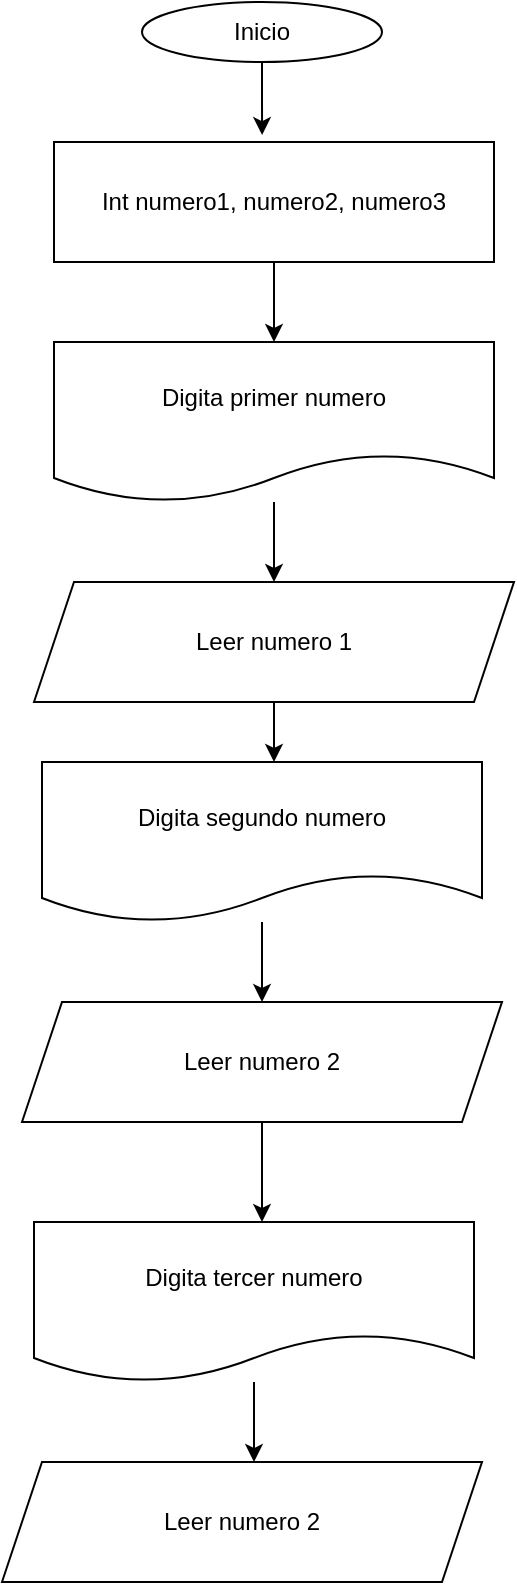
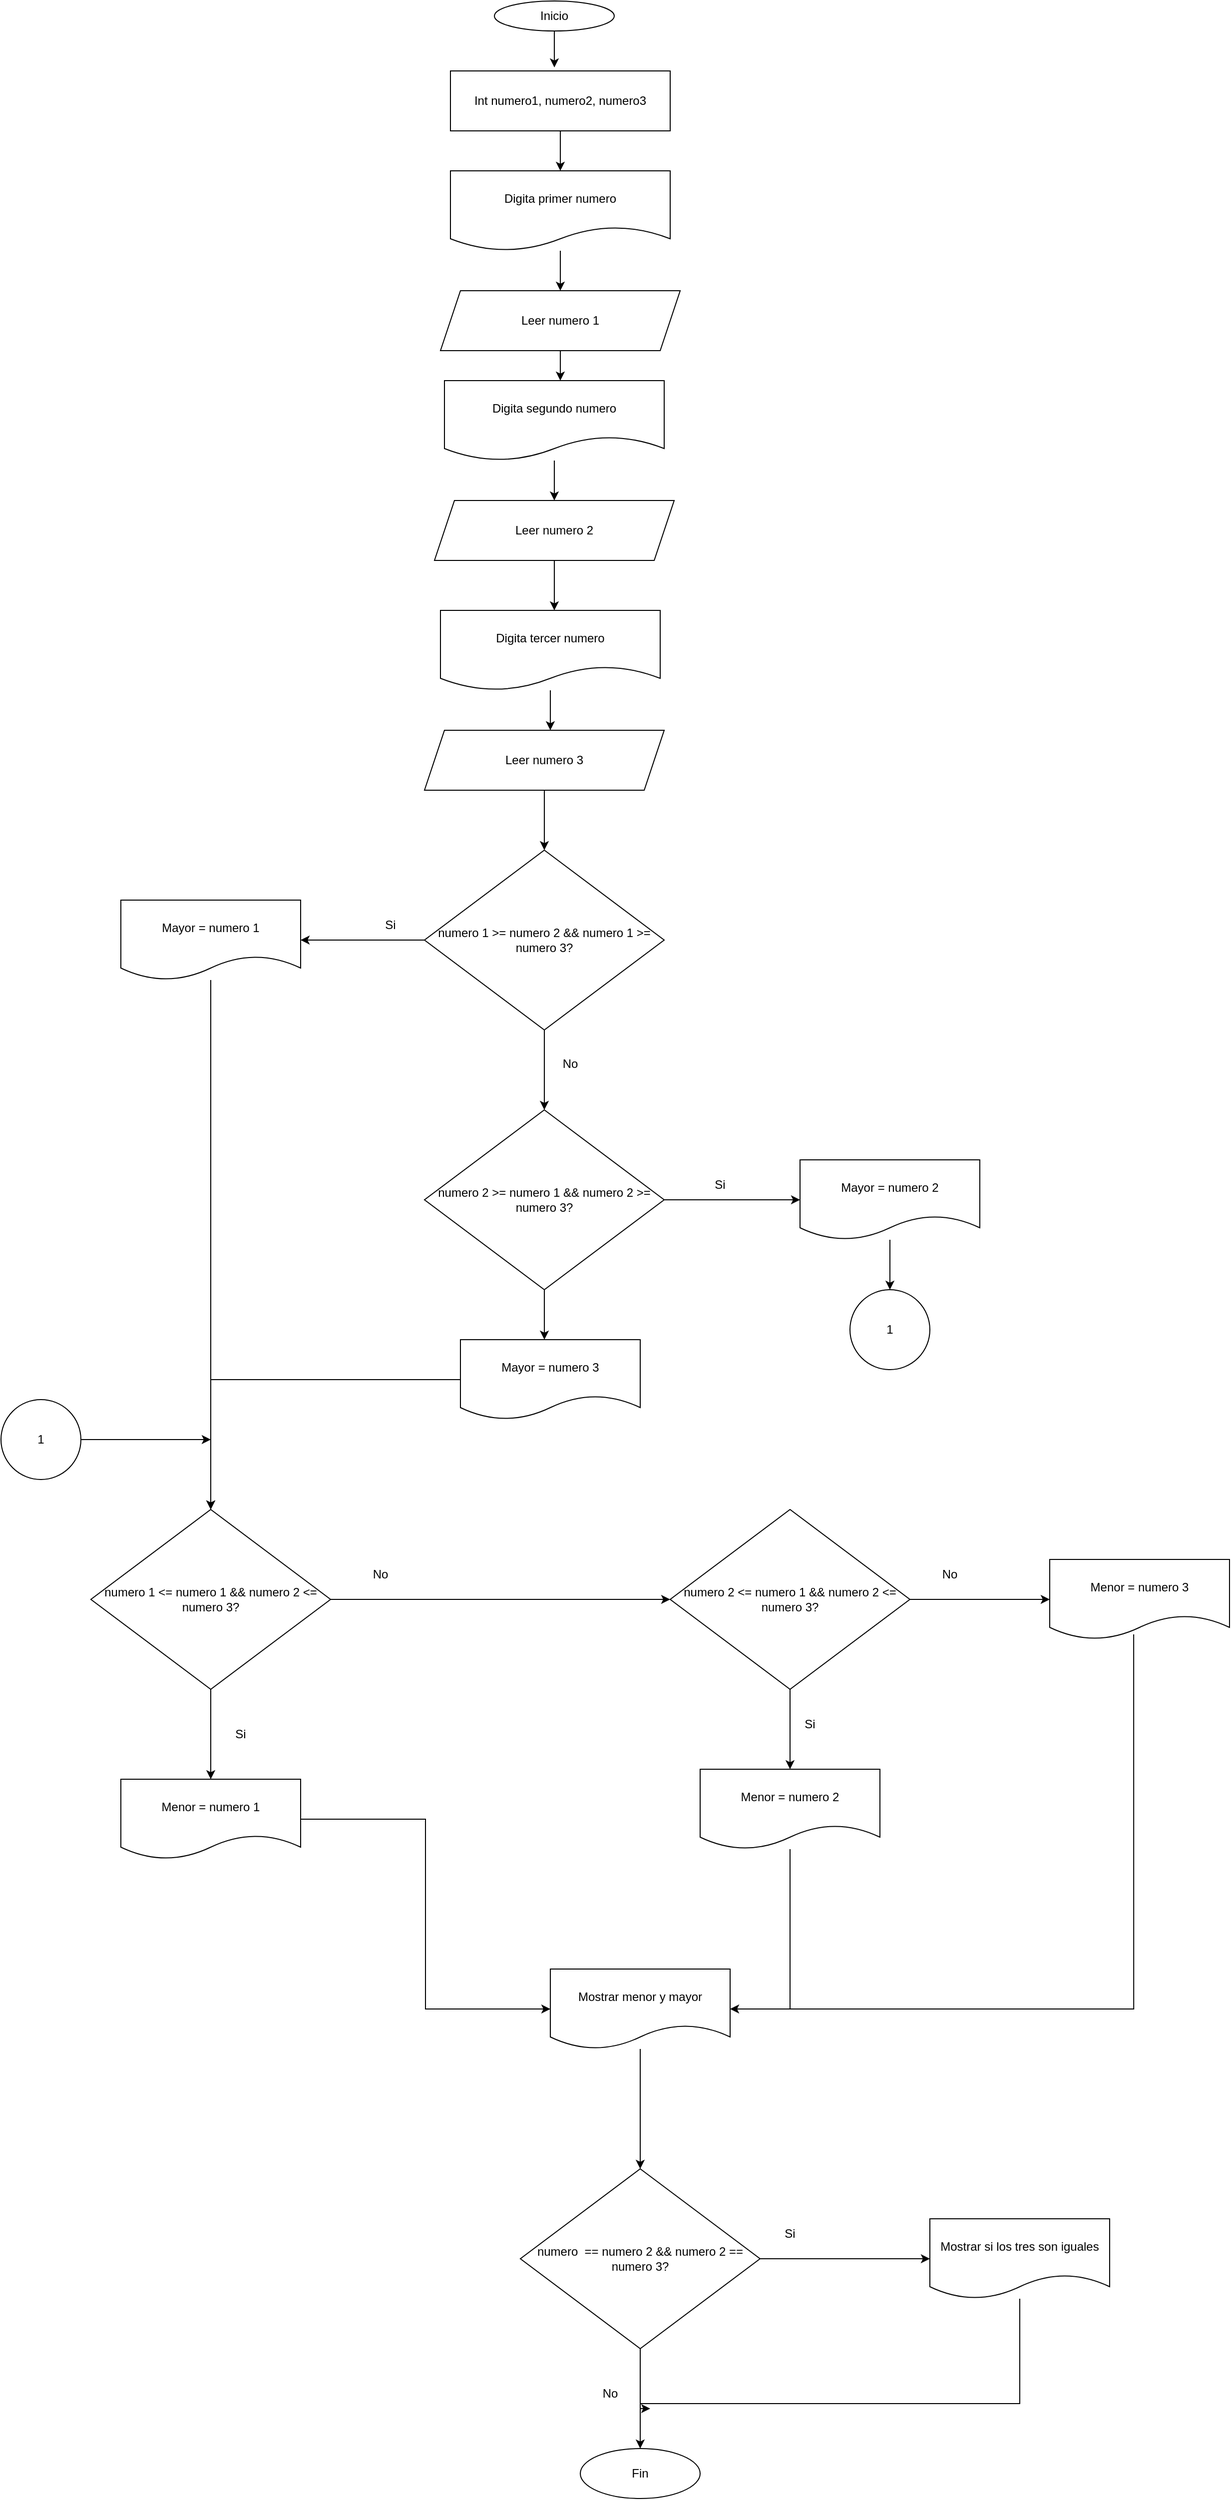
<mxfile host="app.diagrams.net">
  <diagram name="Página-1" id="me-NIgjdbT9li_4ZRfyp">
-     <mxGraphModel dx="1174" dy="684" grid="1" gridSize="10" guides="1" tooltips="1" connect="1" arrows="1" fold="1" page="1" pageScale="1" pageWidth="827" pageHeight="1169" math="0" shadow="0">
+     <mxGraphModel dx="2001" dy="684" grid="1" gridSize="10" guides="1" tooltips="1" connect="1" arrows="1" fold="1" page="1" pageScale="1" pageWidth="827" pageHeight="1169" math="0" shadow="0">
      <root>
        <mxCell id="0" />
        <mxCell id="1" parent="0" />
        <mxCell id="to2dw7DZSK201Xa8oCmh-1" parent="1" style="ellipse;whiteSpace=wrap;html=1;" value="Inicio" vertex="1">
          <mxGeometry height="30" width="120" x="354" y="120" as="geometry" />
        </mxCell>
        <mxCell id="to2dw7DZSK201Xa8oCmh-6" edge="1" parent="1" source="to2dw7DZSK201Xa8oCmh-2" style="edgeStyle=orthogonalEdgeStyle;rounded=0;orthogonalLoop=1;jettySize=auto;html=1;">
          <mxGeometry relative="1" as="geometry">
            <mxPoint x="420" y="290" as="targetPoint" />
          </mxGeometry>
        </mxCell>
        <mxCell id="to2dw7DZSK201Xa8oCmh-2" parent="1" style="rounded=0;whiteSpace=wrap;html=1;" value="Int numero1, numero2, numero3" vertex="1">
          <mxGeometry height="60" width="220" x="310" y="190" as="geometry" />
        </mxCell>
        <mxCell id="to2dw7DZSK201Xa8oCmh-3" edge="1" parent="1" source="to2dw7DZSK201Xa8oCmh-1" style="edgeStyle=orthogonalEdgeStyle;rounded=0;orthogonalLoop=1;jettySize=auto;html=1;entryX=0.473;entryY=-0.058;entryDx=0;entryDy=0;entryPerimeter=0;" target="to2dw7DZSK201Xa8oCmh-2">
          <mxGeometry relative="1" as="geometry" />
        </mxCell>
        <mxCell id="to2dw7DZSK201Xa8oCmh-15" edge="1" parent="1" source="to2dw7DZSK201Xa8oCmh-5" style="edgeStyle=orthogonalEdgeStyle;rounded=0;orthogonalLoop=1;jettySize=auto;html=1;entryX=0.5;entryY=0;entryDx=0;entryDy=0;" target="to2dw7DZSK201Xa8oCmh-7">
          <mxGeometry relative="1" as="geometry" />
        </mxCell>
        <mxCell id="to2dw7DZSK201Xa8oCmh-5" parent="1" style="shape=document;whiteSpace=wrap;html=1;boundedLbl=1;" value="Digita primer numero" vertex="1">
          <mxGeometry height="80" width="220" x="310" y="290" as="geometry" />
        </mxCell>
        <mxCell id="to2dw7DZSK201Xa8oCmh-17" edge="1" parent="1" source="to2dw7DZSK201Xa8oCmh-7" style="edgeStyle=orthogonalEdgeStyle;rounded=0;orthogonalLoop=1;jettySize=auto;html=1;">
          <mxGeometry relative="1" as="geometry">
            <mxPoint x="420" y="500" as="targetPoint" />
          </mxGeometry>
        </mxCell>
        <mxCell id="to2dw7DZSK201Xa8oCmh-7" parent="1" style="shape=parallelogram;perimeter=parallelogramPerimeter;whiteSpace=wrap;html=1;fixedSize=1;" value="Leer numero 1" vertex="1">
          <mxGeometry height="60" width="240" x="300" y="410" as="geometry" />
        </mxCell>
        <mxCell id="to2dw7DZSK201Xa8oCmh-19" edge="1" parent="1" source="to2dw7DZSK201Xa8oCmh-16" style="edgeStyle=orthogonalEdgeStyle;rounded=0;orthogonalLoop=1;jettySize=auto;html=1;entryX=0.5;entryY=0;entryDx=0;entryDy=0;" target="to2dw7DZSK201Xa8oCmh-18">
          <mxGeometry relative="1" as="geometry" />
        </mxCell>
        <mxCell id="to2dw7DZSK201Xa8oCmh-16" parent="1" style="shape=document;whiteSpace=wrap;html=1;boundedLbl=1;" value="Digita segundo numero" vertex="1">
          <mxGeometry height="80" width="220" x="304" y="500" as="geometry" />
        </mxCell>
        <mxCell id="to2dw7DZSK201Xa8oCmh-21" edge="1" parent="1" source="to2dw7DZSK201Xa8oCmh-18" style="edgeStyle=orthogonalEdgeStyle;rounded=0;orthogonalLoop=1;jettySize=auto;html=1;">
          <mxGeometry relative="1" as="geometry">
            <mxPoint x="414" y="730" as="targetPoint" />
          </mxGeometry>
        </mxCell>
        <mxCell id="to2dw7DZSK201Xa8oCmh-18" parent="1" style="shape=parallelogram;perimeter=parallelogramPerimeter;whiteSpace=wrap;html=1;fixedSize=1;" value="Leer numero 2" vertex="1">
          <mxGeometry height="60" width="240" x="294" y="620" as="geometry" />
        </mxCell>
        <mxCell id="to2dw7DZSK201Xa8oCmh-23" edge="1" parent="1" source="to2dw7DZSK201Xa8oCmh-20" style="edgeStyle=orthogonalEdgeStyle;rounded=0;orthogonalLoop=1;jettySize=auto;html=1;">
          <mxGeometry relative="1" as="geometry">
            <mxPoint x="410" y="850" as="targetPoint" />
          </mxGeometry>
        </mxCell>
        <mxCell id="to2dw7DZSK201Xa8oCmh-20" parent="1" style="shape=document;whiteSpace=wrap;html=1;boundedLbl=1;" value="Digita tercer numero" vertex="1">
          <mxGeometry height="80" width="220" x="300" y="730" as="geometry" />
        </mxCell>
-         <mxCell id="to2dw7DZSK201Xa8oCmh-22" parent="1" style="shape=parallelogram;perimeter=parallelogramPerimeter;whiteSpace=wrap;html=1;fixedSize=1;" value="Leer numero 2" vertex="1">
+         <mxCell id="to2dw7DZSK201Xa8oCmh-25" edge="1" parent="1" source="to2dw7DZSK201Xa8oCmh-22" style="edgeStyle=orthogonalEdgeStyle;rounded=0;orthogonalLoop=1;jettySize=auto;html=1;entryX=0.5;entryY=0;entryDx=0;entryDy=0;" target="to2dw7DZSK201Xa8oCmh-24">
+           <mxGeometry relative="1" as="geometry" />
+         </mxCell>
+         <mxCell id="to2dw7DZSK201Xa8oCmh-22" parent="1" style="shape=parallelogram;perimeter=parallelogramPerimeter;whiteSpace=wrap;html=1;fixedSize=1;" value="Leer numero 3" vertex="1">
          <mxGeometry height="60" width="240" x="284" y="850" as="geometry" />
+         </mxCell>
+         <mxCell id="to2dw7DZSK201Xa8oCmh-27" edge="1" parent="1" source="to2dw7DZSK201Xa8oCmh-24" style="edgeStyle=orthogonalEdgeStyle;rounded=0;orthogonalLoop=1;jettySize=auto;html=1;entryX=1;entryY=0.5;entryDx=0;entryDy=0;" target="to2dw7DZSK201Xa8oCmh-26">
+           <mxGeometry relative="1" as="geometry" />
+         </mxCell>
+         <mxCell id="to2dw7DZSK201Xa8oCmh-30" edge="1" parent="1" source="to2dw7DZSK201Xa8oCmh-24" style="edgeStyle=orthogonalEdgeStyle;rounded=0;orthogonalLoop=1;jettySize=auto;html=1;entryX=0.5;entryY=0;entryDx=0;entryDy=0;" target="to2dw7DZSK201Xa8oCmh-29">
+           <mxGeometry relative="1" as="geometry" />
+         </mxCell>
+         <mxCell id="to2dw7DZSK201Xa8oCmh-24" parent="1" style="rhombus;whiteSpace=wrap;html=1;" value="numero 1 &amp;gt;= numero 2 &amp;amp;&amp;amp; numero 1 &amp;gt;= numero 3?" vertex="1">
+           <mxGeometry height="180" width="240" x="284" y="970" as="geometry" />
+         </mxCell>
+         <mxCell id="to2dw7DZSK201Xa8oCmh-40" edge="1" parent="1" source="to2dw7DZSK201Xa8oCmh-26" style="edgeStyle=orthogonalEdgeStyle;rounded=0;orthogonalLoop=1;jettySize=auto;html=1;">
+           <mxGeometry relative="1" as="geometry">
+             <mxPoint x="70" y="1630" as="targetPoint" />
+           </mxGeometry>
+         </mxCell>
+         <mxCell id="to2dw7DZSK201Xa8oCmh-26" parent="1" style="shape=document;whiteSpace=wrap;html=1;boundedLbl=1;" value="Mayor = numero 1" vertex="1">
+           <mxGeometry height="80" width="180" x="-20" y="1020" as="geometry" />
+         </mxCell>
+         <mxCell id="to2dw7DZSK201Xa8oCmh-28" parent="1" style="text;html=1;whiteSpace=wrap;strokeColor=none;fillColor=none;align=center;verticalAlign=middle;rounded=0;" value="Si" vertex="1">
+           <mxGeometry height="30" width="60" x="220" y="1030" as="geometry" />
+         </mxCell>
+         <mxCell id="to2dw7DZSK201Xa8oCmh-35" edge="1" parent="1" source="to2dw7DZSK201Xa8oCmh-29" style="edgeStyle=orthogonalEdgeStyle;rounded=0;orthogonalLoop=1;jettySize=auto;html=1;" target="to2dw7DZSK201Xa8oCmh-33">
+           <mxGeometry relative="1" as="geometry" />
+         </mxCell>
+         <mxCell id="to2dw7DZSK201Xa8oCmh-29" parent="1" style="rhombus;whiteSpace=wrap;html=1;" value="numero 2 &amp;gt;= numero 1 &amp;amp;&amp;amp; numero 2 &amp;gt;= numero 3?" vertex="1">
+           <mxGeometry height="180" width="240" x="284" y="1230" as="geometry" />
+         </mxCell>
+         <mxCell id="to2dw7DZSK201Xa8oCmh-31" parent="1" style="text;html=1;whiteSpace=wrap;strokeColor=none;fillColor=none;align=center;verticalAlign=middle;rounded=0;" value="No" vertex="1">
+           <mxGeometry height="30" width="60" x="400" y="1169" as="geometry" />
+         </mxCell>
+         <mxCell id="to2dw7DZSK201Xa8oCmh-45" edge="1" parent="1" source="to2dw7DZSK201Xa8oCmh-33" style="edgeStyle=orthogonalEdgeStyle;rounded=0;orthogonalLoop=1;jettySize=auto;html=1;entryX=0.5;entryY=0;entryDx=0;entryDy=0;" target="to2dw7DZSK201Xa8oCmh-44">
+           <mxGeometry relative="1" as="geometry" />
+         </mxCell>
+         <mxCell id="to2dw7DZSK201Xa8oCmh-33" parent="1" style="shape=document;whiteSpace=wrap;html=1;boundedLbl=1;" value="Mayor = numero 2" vertex="1">
+           <mxGeometry height="80" width="180" x="660" y="1280" as="geometry" />
+         </mxCell>
+         <mxCell id="to2dw7DZSK201Xa8oCmh-36" parent="1" style="text;html=1;whiteSpace=wrap;strokeColor=none;fillColor=none;align=center;verticalAlign=middle;rounded=0;" value="Si" vertex="1">
+           <mxGeometry height="30" width="60" x="550" y="1290" as="geometry" />
+         </mxCell>
+         <mxCell id="to2dw7DZSK201Xa8oCmh-41" edge="1" parent="1" source="to2dw7DZSK201Xa8oCmh-37" style="edgeStyle=orthogonalEdgeStyle;rounded=0;orthogonalLoop=1;jettySize=auto;html=1;entryX=0.5;entryY=0;entryDx=0;entryDy=0;" target="to2dw7DZSK201Xa8oCmh-39">
+           <mxGeometry relative="1" as="geometry" />
+         </mxCell>
+         <mxCell id="to2dw7DZSK201Xa8oCmh-37" parent="1" style="shape=document;whiteSpace=wrap;html=1;boundedLbl=1;" value="Mayor = numero 3" vertex="1">
+           <mxGeometry height="80" width="180" x="320" y="1460" as="geometry" />
+         </mxCell>
+         <mxCell id="to2dw7DZSK201Xa8oCmh-38" edge="1" parent="1" source="to2dw7DZSK201Xa8oCmh-29" style="edgeStyle=orthogonalEdgeStyle;rounded=0;orthogonalLoop=1;jettySize=auto;html=1;entryX=0.467;entryY=0;entryDx=0;entryDy=0;entryPerimeter=0;" target="to2dw7DZSK201Xa8oCmh-37">
+           <mxGeometry relative="1" as="geometry" />
+         </mxCell>
+         <mxCell id="to2dw7DZSK201Xa8oCmh-49" edge="1" parent="1" source="to2dw7DZSK201Xa8oCmh-39" style="edgeStyle=orthogonalEdgeStyle;rounded=0;orthogonalLoop=1;jettySize=auto;html=1;entryX=0.5;entryY=0;entryDx=0;entryDy=0;" target="to2dw7DZSK201Xa8oCmh-48">
+           <mxGeometry relative="1" as="geometry" />
+         </mxCell>
+         <mxCell id="to2dw7DZSK201Xa8oCmh-52" edge="1" parent="1" source="to2dw7DZSK201Xa8oCmh-39" style="edgeStyle=orthogonalEdgeStyle;rounded=0;orthogonalLoop=1;jettySize=auto;html=1;entryX=0;entryY=0.5;entryDx=0;entryDy=0;" target="to2dw7DZSK201Xa8oCmh-51">
+           <mxGeometry relative="1" as="geometry" />
+         </mxCell>
+         <mxCell id="to2dw7DZSK201Xa8oCmh-39" parent="1" style="rhombus;whiteSpace=wrap;html=1;" value="numero 1 &amp;lt;= numero 1 &amp;amp;&amp;amp; numero 2 &amp;lt;= numero 3?" vertex="1">
+           <mxGeometry height="180" width="240" x="-50" y="1630" as="geometry" />
+         </mxCell>
+         <mxCell id="to2dw7DZSK201Xa8oCmh-44" parent="1" style="ellipse;whiteSpace=wrap;html=1;aspect=fixed;" value="1" vertex="1">
+           <mxGeometry height="80" width="80" x="710" y="1410" as="geometry" />
+         </mxCell>
+         <mxCell id="to2dw7DZSK201Xa8oCmh-47" edge="1" parent="1" source="to2dw7DZSK201Xa8oCmh-46" style="edgeStyle=orthogonalEdgeStyle;rounded=0;orthogonalLoop=1;jettySize=auto;html=1;">
+           <mxGeometry relative="1" as="geometry">
+             <mxPoint x="70" y="1560" as="targetPoint" />
+           </mxGeometry>
+         </mxCell>
+         <mxCell id="to2dw7DZSK201Xa8oCmh-46" parent="1" style="ellipse;whiteSpace=wrap;html=1;aspect=fixed;" value="1" vertex="1">
+           <mxGeometry height="80" width="80" x="-140" y="1520" as="geometry" />
+         </mxCell>
+         <mxCell id="to2dw7DZSK201Xa8oCmh-61" edge="1" parent="1" source="to2dw7DZSK201Xa8oCmh-48" style="edgeStyle=orthogonalEdgeStyle;rounded=0;orthogonalLoop=1;jettySize=auto;html=1;entryX=0;entryY=0.5;entryDx=0;entryDy=0;" target="to2dw7DZSK201Xa8oCmh-60">
+           <mxGeometry relative="1" as="geometry" />
+         </mxCell>
+         <mxCell id="to2dw7DZSK201Xa8oCmh-48" parent="1" style="shape=document;whiteSpace=wrap;html=1;boundedLbl=1;" value="Menor = numero 1" vertex="1">
+           <mxGeometry height="80" width="180" x="-20" y="1900" as="geometry" />
+         </mxCell>
+         <mxCell id="to2dw7DZSK201Xa8oCmh-50" parent="1" style="text;html=1;whiteSpace=wrap;strokeColor=none;fillColor=none;align=center;verticalAlign=middle;rounded=0;" value="Si" vertex="1">
+           <mxGeometry height="30" width="60" x="70" y="1840" as="geometry" />
+         </mxCell>
+         <mxCell id="to2dw7DZSK201Xa8oCmh-55" edge="1" parent="1" source="to2dw7DZSK201Xa8oCmh-51" style="edgeStyle=orthogonalEdgeStyle;rounded=0;orthogonalLoop=1;jettySize=auto;html=1;entryX=0.5;entryY=0;entryDx=0;entryDy=0;" target="to2dw7DZSK201Xa8oCmh-54">
+           <mxGeometry relative="1" as="geometry" />
+         </mxCell>
+         <mxCell id="to2dw7DZSK201Xa8oCmh-58" edge="1" parent="1" source="to2dw7DZSK201Xa8oCmh-51" style="edgeStyle=orthogonalEdgeStyle;rounded=0;orthogonalLoop=1;jettySize=auto;html=1;entryX=0;entryY=0.5;entryDx=0;entryDy=0;" target="to2dw7DZSK201Xa8oCmh-57">
+           <mxGeometry relative="1" as="geometry" />
+         </mxCell>
+         <mxCell id="to2dw7DZSK201Xa8oCmh-51" parent="1" style="rhombus;whiteSpace=wrap;html=1;" value="numero 2 &amp;lt;= numero 1 &amp;amp;&amp;amp; numero 2 &amp;lt;= numero 3?" vertex="1">
+           <mxGeometry height="180" width="240" x="530" y="1630" as="geometry" />
+         </mxCell>
+         <mxCell id="to2dw7DZSK201Xa8oCmh-53" parent="1" style="text;html=1;whiteSpace=wrap;strokeColor=none;fillColor=none;align=center;verticalAlign=middle;rounded=0;" value="No" vertex="1">
+           <mxGeometry height="30" width="60" x="210" y="1680" as="geometry" />
+         </mxCell>
+         <mxCell id="to2dw7DZSK201Xa8oCmh-63" edge="1" parent="1" source="to2dw7DZSK201Xa8oCmh-54" style="edgeStyle=orthogonalEdgeStyle;rounded=0;orthogonalLoop=1;jettySize=auto;html=1;endArrow=none;endFill=0;">
+           <mxGeometry relative="1" as="geometry">
+             <mxPoint x="650" y="2130" as="targetPoint" />
+           </mxGeometry>
+         </mxCell>
+         <mxCell id="to2dw7DZSK201Xa8oCmh-54" parent="1" style="shape=document;whiteSpace=wrap;html=1;boundedLbl=1;" value="Menor = numero 2" vertex="1">
+           <mxGeometry height="80" width="180" x="560" y="1890" as="geometry" />
+         </mxCell>
+         <mxCell id="to2dw7DZSK201Xa8oCmh-56" parent="1" style="text;html=1;whiteSpace=wrap;strokeColor=none;fillColor=none;align=center;verticalAlign=middle;rounded=0;" value="Si" vertex="1">
+           <mxGeometry height="30" width="60" x="640" y="1830" as="geometry" />
+         </mxCell>
+         <mxCell id="to2dw7DZSK201Xa8oCmh-62" edge="1" parent="1" source="to2dw7DZSK201Xa8oCmh-57" style="edgeStyle=orthogonalEdgeStyle;rounded=0;orthogonalLoop=1;jettySize=auto;html=1;entryX=1;entryY=0.5;entryDx=0;entryDy=0;exitX=0.467;exitY=0.938;exitDx=0;exitDy=0;exitPerimeter=0;" target="to2dw7DZSK201Xa8oCmh-60">
+           <mxGeometry relative="1" as="geometry">
+             <Array as="points">
+               <mxPoint x="994" y="2130" />
+             </Array>
+           </mxGeometry>
+         </mxCell>
+         <mxCell id="to2dw7DZSK201Xa8oCmh-57" parent="1" style="shape=document;whiteSpace=wrap;html=1;boundedLbl=1;" value="Menor = numero 3" vertex="1">
+           <mxGeometry height="80" width="180" x="910" y="1680" as="geometry" />
+         </mxCell>
+         <mxCell id="to2dw7DZSK201Xa8oCmh-59" parent="1" style="text;html=1;whiteSpace=wrap;strokeColor=none;fillColor=none;align=center;verticalAlign=middle;rounded=0;" value="No" vertex="1">
+           <mxGeometry height="30" width="60" x="780" y="1680" as="geometry" />
+         </mxCell>
+         <mxCell id="to2dw7DZSK201Xa8oCmh-65" edge="1" parent="1" source="to2dw7DZSK201Xa8oCmh-60" style="edgeStyle=orthogonalEdgeStyle;rounded=0;orthogonalLoop=1;jettySize=auto;html=1;entryX=0.5;entryY=0;entryDx=0;entryDy=0;" target="to2dw7DZSK201Xa8oCmh-64">
+           <mxGeometry relative="1" as="geometry" />
+         </mxCell>
+         <mxCell id="to2dw7DZSK201Xa8oCmh-60" parent="1" style="shape=document;whiteSpace=wrap;html=1;boundedLbl=1;" value="Mostrar menor y mayor" vertex="1">
+           <mxGeometry height="80" width="180" x="410" y="2090" as="geometry" />
+         </mxCell>
+         <mxCell id="to2dw7DZSK201Xa8oCmh-66" edge="1" parent="1" source="to2dw7DZSK201Xa8oCmh-64" style="edgeStyle=orthogonalEdgeStyle;rounded=0;orthogonalLoop=1;jettySize=auto;html=1;">
+           <mxGeometry relative="1" as="geometry">
+             <mxPoint x="500" y="2570" as="targetPoint" />
+           </mxGeometry>
+         </mxCell>
+         <mxCell id="to2dw7DZSK201Xa8oCmh-70" edge="1" parent="1" source="to2dw7DZSK201Xa8oCmh-64" style="edgeStyle=orthogonalEdgeStyle;rounded=0;orthogonalLoop=1;jettySize=auto;html=1;entryX=0;entryY=0.5;entryDx=0;entryDy=0;" target="to2dw7DZSK201Xa8oCmh-69">
+           <mxGeometry relative="1" as="geometry" />
+         </mxCell>
+         <mxCell id="to2dw7DZSK201Xa8oCmh-64" parent="1" style="rhombus;whiteSpace=wrap;html=1;" value="numero&amp;nbsp; == numero 2 &amp;amp;&amp;amp; numero 2 == numero 3?" vertex="1">
+           <mxGeometry height="180" width="240" x="380" y="2290" as="geometry" />
+         </mxCell>
+         <mxCell id="to2dw7DZSK201Xa8oCmh-68" parent="1" style="ellipse;whiteSpace=wrap;html=1;" value="Fin" vertex="1">
+           <mxGeometry height="50" width="120" x="440" y="2570" as="geometry" />
+         </mxCell>
+         <mxCell id="to2dw7DZSK201Xa8oCmh-72" edge="1" parent="1" source="to2dw7DZSK201Xa8oCmh-69" style="edgeStyle=orthogonalEdgeStyle;rounded=0;orthogonalLoop=1;jettySize=auto;html=1;">
+           <mxGeometry relative="1" as="geometry">
+             <Array as="points">
+               <mxPoint x="880" y="2525" />
+               <mxPoint x="500" y="2525" />
+               <mxPoint x="500" y="2530" />
+             </Array>
+             <mxPoint x="510" y="2530" as="targetPoint" />
+           </mxGeometry>
+         </mxCell>
+         <mxCell id="to2dw7DZSK201Xa8oCmh-69" parent="1" style="shape=document;whiteSpace=wrap;html=1;boundedLbl=1;" value="Mostrar si los tres son iguales" vertex="1">
+           <mxGeometry height="80" width="180" x="790" y="2340" as="geometry" />
+         </mxCell>
+         <mxCell id="to2dw7DZSK201Xa8oCmh-71" parent="1" style="text;html=1;whiteSpace=wrap;strokeColor=none;fillColor=none;align=center;verticalAlign=middle;rounded=0;" value="Si" vertex="1">
+           <mxGeometry height="30" width="60" x="620" y="2340" as="geometry" />
+         </mxCell>
+         <mxCell id="to2dw7DZSK201Xa8oCmh-73" parent="1" style="text;html=1;whiteSpace=wrap;strokeColor=none;fillColor=none;align=center;verticalAlign=middle;rounded=0;" value="No" vertex="1">
+           <mxGeometry height="30" width="60" x="440" y="2500" as="geometry" />
        </mxCell>
      </root>
    </mxGraphModel>
  </diagram>
</mxfile>
